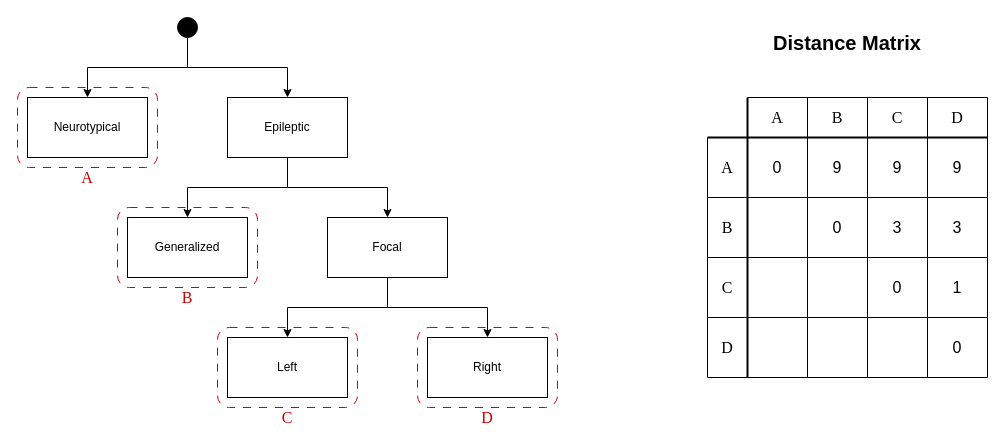
Earlier version of the draw.io diagram page "Hierachical Classification Proposal" (1 of 2) of ml_tflm/tflm_implementation.drawio (Oxford-Centre-for-Global-Epilepsy/AGENDA-Headset-Algorithm). Source tidied: cells renumbered, new cells numbered last; positions are measured from the earlier drawing's top-left corner, leaving out a move shared by most shapes. Both pictures are drawn from the tidied source at 100%, with x=0, y=0 at pixel (17, 17).
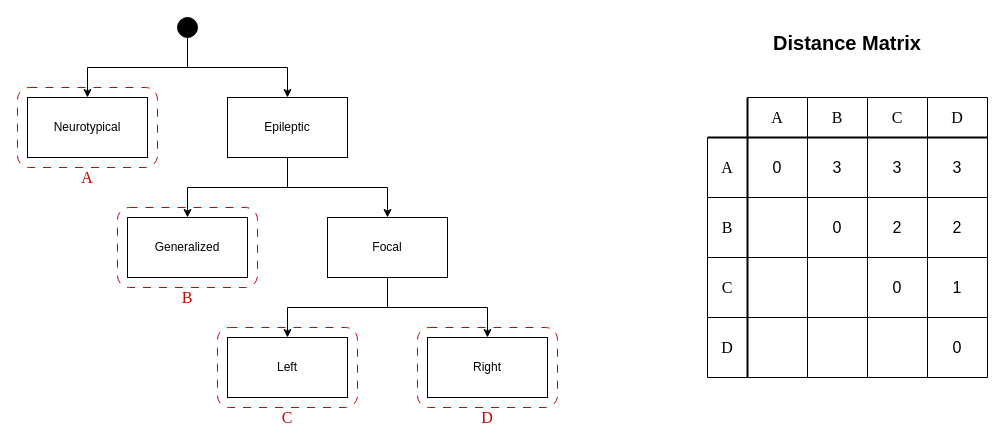
After the change.

What changed in the source:
```diff
@@
-    <mxCell id="48" value="&lt;font style=&quot;font-size: 16px;&quot;&gt;9&lt;/font&gt;" style="text;html=1;align=center;verticalAlign=middle;whiteSpace=wrap;rounded=0;" parent="1" vertex="1">
+    <mxCell id="48" value="&lt;font style=&quot;font-size: 16px;&quot;&gt;3&lt;/font&gt;" style="text;html=1;align=center;verticalAlign=middle;whiteSpace=wrap;rounded=0;" parent="1" vertex="1">
       <mxGeometry x="800" y="130" width="40" height="40" as="geometry" />
     </mxCell>
-    <mxCell id="49" value="&lt;font style=&quot;font-size: 16px;&quot;&gt;9&lt;/font&gt;" style="text;html=1;align=center;verticalAlign=middle;whiteSpace=wrap;rounded=0;" parent="1" vertex="1">
+    <mxCell id="49" value="&lt;font style=&quot;font-size: 16px;&quot;&gt;3&lt;/font&gt;" style="text;html=1;align=center;verticalAlign=middle;whiteSpace=wrap;rounded=0;" parent="1" vertex="1">
       <mxGeometry x="860" y="130" width="40" height="40" as="geometry" />
     </mxCell>
-    <mxCell id="50" value="&lt;font style=&quot;font-size: 16px;&quot;&gt;9&lt;/font&gt;" style="text;html=1;align=center;verticalAlign=middle;whiteSpace=wrap;rounded=0;" parent="1" vertex="1">
+    <mxCell id="50" value="&lt;font style=&quot;font-size: 16px;&quot;&gt;3&lt;/font&gt;" style="text;html=1;align=center;verticalAlign=middle;whiteSpace=wrap;rounded=0;" parent="1" vertex="1">
       <mxGeometry x="920" y="130" width="40" height="40" as="geometry" />
     </mxCell>
-    <mxCell id="51" value="&lt;font style=&quot;font-size: 16px;&quot;&gt;3&lt;/font&gt;" style="text;html=1;align=center;verticalAlign=middle;whiteSpace=wrap;rounded=0;" parent="1" vertex="1">
+    <mxCell id="51" value="&lt;font style=&quot;font-size: 16px;&quot;&gt;2&lt;/font&gt;" style="text;html=1;align=center;verticalAlign=middle;whiteSpace=wrap;rounded=0;" parent="1" vertex="1">
       <mxGeometry x="860" y="190" width="40" height="40" as="geometry" />
     </mxCell>
-    <mxCell id="52" value="&lt;font style=&quot;font-size: 16px;&quot;&gt;3&lt;/font&gt;" style="text;html=1;align=center;verticalAlign=middle;whiteSpace=wrap;rounded=0;" parent="1" vertex="1">
+    <mxCell id="52" value="&lt;font style=&quot;font-size: 16px;&quot;&gt;2&lt;/font&gt;" style="text;html=1;align=center;verticalAlign=middle;whiteSpace=wrap;rounded=0;" parent="1" vertex="1">
       <mxGeometry x="920" y="190" width="40" height="40" as="geometry" />
     </mxCell>
```
